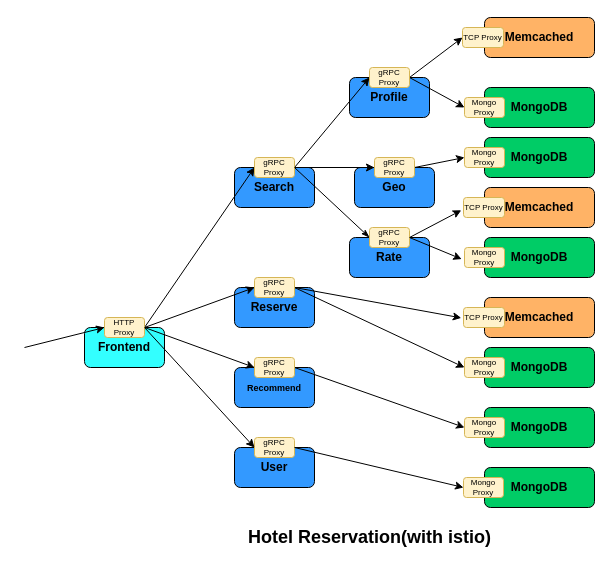
Romero027/DeathStarBench keeps this draw.io diagram as figures/hotel_arch.drawio. Above is the earlier version. Source tidied: cells renumbered, new cells numbered last; positions are measured from the earlier drawing's top-left corner, leaving out a move shared by most shapes. Both pictures are drawn from the tidied source at 100%, with x=0, y=0 at pixel (24, 17).
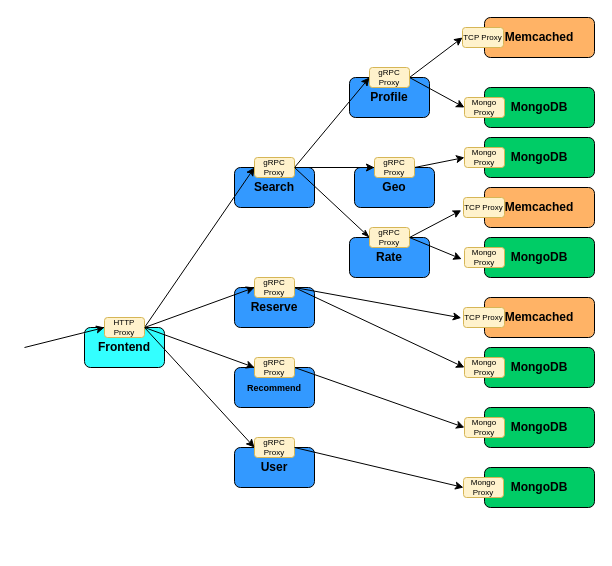
After the change.

What changed in the source:
```diff
@@
-    <mxCell id="33" value="&lt;font style=&quot;font-size: 18px&quot;&gt;&lt;b&gt;Hotel Reservation(with istio)&lt;/b&gt;&lt;/font&gt;" style="text;html=1;align=center;verticalAlign=middle;strokeColor=none;fillColor=none;" parent="1" vertex="1">
-      <mxGeometry x="215" y="510" width="260" height="20" as="geometry" />
-    </mxCell>
```
